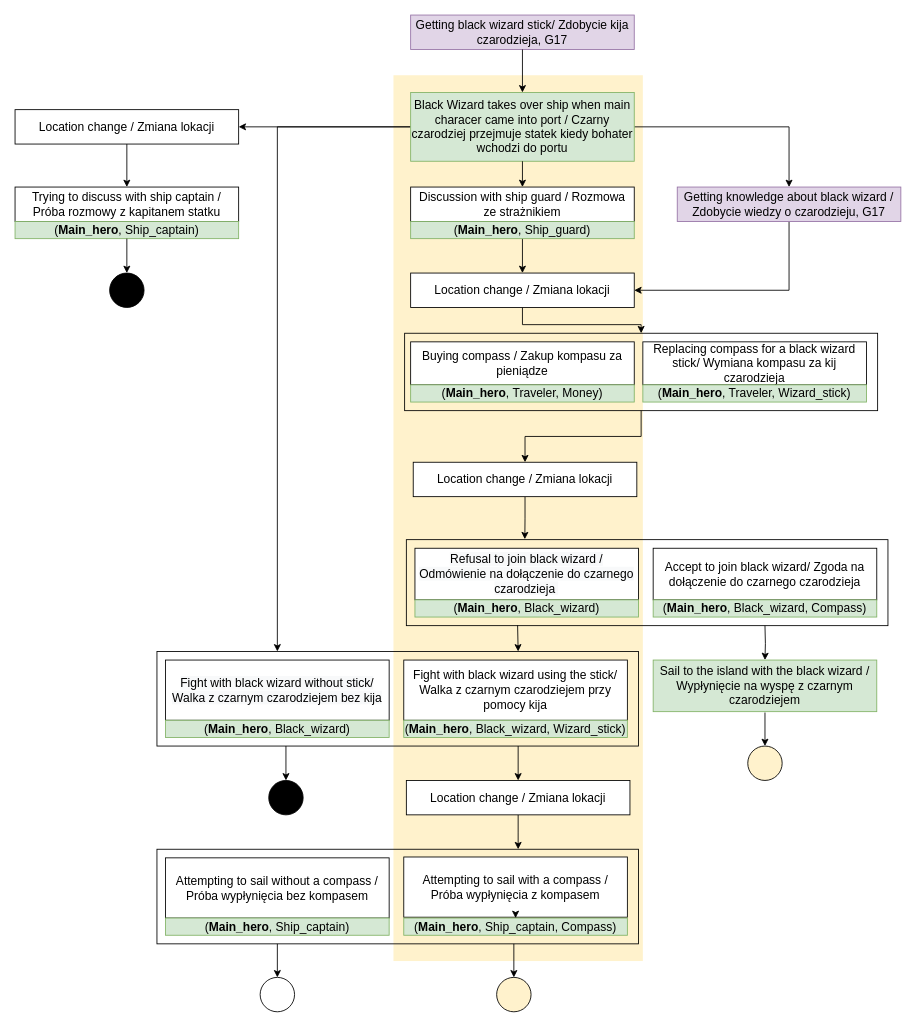
Matthmul/pwk keeps this draw.io diagram as Misja-ksiezycowa.drawio. Above is the earlier version. Source tidied: cells renumbered, new cells numbered last; positions are measured from the earlier drawing's top-left corner, leaving out a move shared by most shapes. Both pictures are drawn from the tidied source at 86%, with x=0, y=0 at pixel (15, 15).
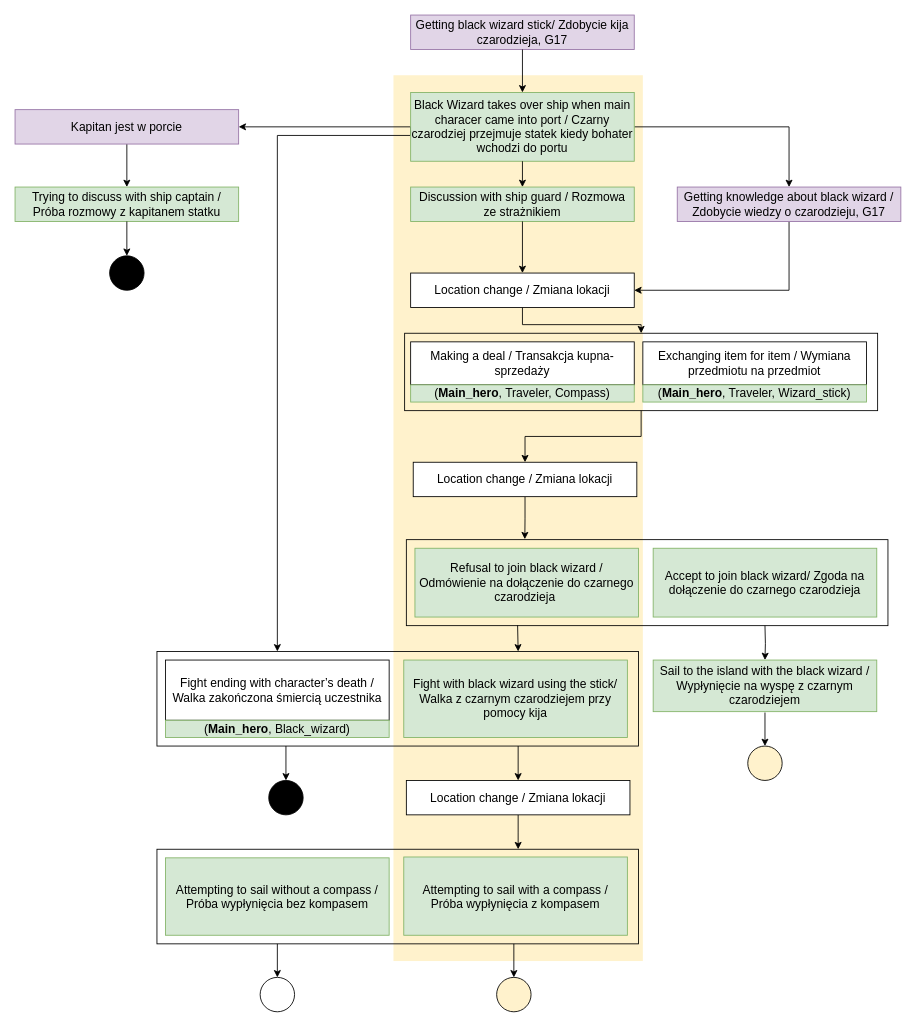
The same page after the edit.

The change refers to these unchanged cells:
```xml
<mxCell id="9" value="&lt;span style=&quot;font-family: &amp;#34;arial&amp;#34; ; font-size: 14px&quot;&gt;Black Wizard takes over ship when main characer came into port / Czarny czarodziej przejmuje statek kiedy bohater wchodzi do portu&lt;/span&gt;" style="rounded=0;whiteSpace=wrap;html=1;sketch=0;fillColor=#d5e8d4;strokeColor=#82b366;align=center;" parent="1" vertex="1">
  <mxGeometry x="460" y="90" width="260" height="80" as="geometry" />
</mxCell>
<mxCell id="18" value="&lt;span id=&quot;docs-internal-guid-4cfbbf0f-7fff-1ddc-6e00-4f36d3d0db7e&quot;&gt;&lt;span style=&quot;background-color: transparent ; vertical-align: baseline&quot;&gt;&lt;font&gt;&lt;font face=&quot;arial&quot;&gt;&lt;span style=&quot;font-size: 14px&quot;&gt;Location change / Zmiana lokacji&lt;/span&gt;&lt;/font&gt;&lt;br&gt;&lt;/font&gt;&lt;/span&gt;&lt;/span&gt;" style="rounded=0;whiteSpace=wrap;html=1;align=center;" parent="1" vertex="1">
  <mxGeometry x="460" y="300" width="260" height="40" as="geometry" />
</mxCell>
<mxCell id="30" style="rounded=0;whiteSpace=wrap;html=1;strokeColor=#000000;fontFamily=Helvetica;fontSize=14;fillColor=none;" parent="1" vertex="1">
  <mxGeometry x="165" y="740" width="560" height="110" as="geometry" />
</mxCell>
```

Diff of the diagram source:
```diff
@@
     <mxCell id="7" style="edgeStyle=orthogonalEdgeStyle;rounded=0;jettySize=auto;html=1;exitX=0;exitY=0.5;exitDx=0;exitDy=0;entryX=0.25;entryY=0;entryDx=0;entryDy=0;" parent="1" edge="1" source="9" target="30">
-      <mxGeometry relative="1" as="geometry" />
+      <mxGeometry relative="1" as="geometry">
+        <Array as="points">
+          <mxPoint x="460" y="140" />
+          <mxPoint x="305" y="140" />
+        </Array>
+      </mxGeometry>
     </mxCell>
@@
-    <mxCell id="10" value="&lt;font face=&quot;arial&quot;&gt;&lt;span style=&quot;font-size: 14px&quot;&gt;Discussion with ship guard / Rozmowa ze strażnikiem&lt;/span&gt;&lt;br&gt;&lt;/font&gt;" style="rounded=0;whiteSpace=wrap;html=1;fillColor=#ffffff;fontSize=14;" parent="1" vertex="1">
+    <mxCell id="10" value="&lt;font face=&quot;arial&quot;&gt;&lt;span style=&quot;font-size: 14px&quot;&gt;Discussion with ship guard / Rozmowa ze strażnikiem&lt;/span&gt;&lt;br&gt;&lt;/font&gt;" style="rounded=0;whiteSpace=wrap;html=1;fillColor=#d5e8d4;fontSize=14;strokeColor=#82b366;" parent="1" vertex="1">
       <mxGeometry x="460" y="200" width="260" height="40" as="geometry" />
     </mxCell>
-    <mxCell id="11" style="edgeStyle=orthogonalEdgeStyle;rounded=0;jettySize=auto;html=1;exitX=0.5;exitY=1;exitDx=0;exitDy=0;entryX=0.5;entryY=0;entryDx=0;entryDy=0;" parent="1" edge="1" source="12" target="18">
+    <mxCell id="11" style="edgeStyle=orthogonalEdgeStyle;rounded=0;jettySize=auto;html=1;exitX=0.5;exitY=1;exitDx=0;exitDy=0;entryX=0.5;entryY=0;entryDx=0;entryDy=0;" parent="1" edge="1" source="10" target="18">
       <mxGeometry relative="1" as="geometry" />
     </mxCell>
-    <mxCell id="12" value="&lt;font face=&quot;arial&quot;&gt;&lt;span style=&quot;font-size: 14px&quot;&gt;(&lt;/span&gt;&lt;/font&gt;&lt;span style=&quot;font-family: &amp;#34;arial&amp;#34; ; font-size: 14px&quot;&gt;&lt;b&gt;Main_hero&lt;/b&gt;, Ship_guard&lt;/span&gt;&lt;font face=&quot;arial&quot;&gt;&lt;span style=&quot;font-size: 14px&quot;&gt;)&lt;/span&gt;&lt;/font&gt;" style="rounded=0;whiteSpace=wrap;html=1;sketch=0;fillColor=#d5e8d4;strokeColor=#82b366;align=center;" parent="1" vertex="1">
-      <mxGeometry x="460" y="240" width="260" height="20" as="geometry" />
-    </mxCell>
-    <mxCell id="13" style="rounded=0;jettySize=auto;html=1;exitX=0.25;exitY=1;exitDx=0;exitDy=0;entryX=0.25;entryY=0;entryDx=0;entryDy=0;fontSize=14;" parent="1" edge="1" source="10" target="12">
-      <mxGeometry relative="1" as="geometry" />
+    <mxCell id="13" style="rounded=0;jettySize=auto;html=1;exitX=0.25;exitY=1;exitDx=0;exitDy=0;entryX=0.25;entryY=0;entryDx=0;entryDy=0;fontSize=14;" parent="1" edge="1" source="10">
+      <mxGeometry relative="1" as="geometry">
+        <mxPoint x="525" y="240" as="targetPoint" />
+      </mxGeometry>
     </mxCell>
@@
-    <mxCell id="21" value="&lt;div style=&quot;&quot;&gt;&lt;span&gt;Replacing compass for a black wizard stick/ Wymiana kompasu za kij czarodzieja&lt;/span&gt;&lt;/div&gt;" style="rounded=0;whiteSpace=wrap;html=1;fontSize=14;fontFamily=Helvetica;align=center;" parent="1" vertex="1">
+    <mxCell id="21" value="Exchanging item for item / Wymiana przedmiotu na przedmiot" style="rounded=0;whiteSpace=wrap;html=1;fontSize=14;fontFamily=Helvetica;align=center;" parent="1" vertex="1">
       <mxGeometry x="730" y="380" width="260" height="50" as="geometry" />
     </mxCell>
-    <mxCell id="22" value="&lt;font&gt;Buying compass / Zakup kompasu za pieniądze&lt;br style=&quot;font-size: 14px&quot;&gt;&lt;/font&gt;" style="rounded=0;whiteSpace=wrap;html=1;fontSize=14;fontFamily=Helvetica;" parent="1" vertex="1">
+    <mxCell id="22" value="&lt;font&gt;Making a deal /&amp;nbsp;Transakcja kupna-sprzedaży&lt;/font&gt;" style="rounded=0;whiteSpace=wrap;html=1;fontSize=14;fontFamily=Helvetica;" parent="1" vertex="1">
       <mxGeometry x="460" y="380" width="260" height="50" as="geometry" />
     </mxCell>
-    <mxCell id="23" value="&lt;span style=&quot;font-family: &amp;#34;arial&amp;#34;&quot;&gt;(&lt;/span&gt;&lt;span style=&quot;font-family: &amp;#34;arial&amp;#34;&quot;&gt;&lt;b&gt;Main_hero&lt;/b&gt;,&amp;nbsp;&lt;/span&gt;&lt;span style=&quot;font-family: &amp;#34;arial&amp;#34;&quot;&gt;Traveler, Money)&lt;/span&gt;" style="rounded=0;whiteSpace=wrap;html=1;sketch=0;fillColor=#d5e8d4;strokeColor=#82b366;align=center;fontSize=14;fontFamily=Helvetica;" parent="1" vertex="1">
+    <mxCell id="23" value="&lt;span style=&quot;font-family: &amp;#34;arial&amp;#34;&quot;&gt;(&lt;/span&gt;&lt;span style=&quot;font-family: &amp;#34;arial&amp;#34;&quot;&gt;&lt;b&gt;Main_hero&lt;/b&gt;,&amp;nbsp;&lt;/span&gt;&lt;span style=&quot;font-family: &amp;#34;arial&amp;#34;&quot;&gt;Traveler, Compass)&lt;/span&gt;" style="rounded=0;whiteSpace=wrap;html=1;sketch=0;fillColor=#d5e8d4;strokeColor=#82b366;align=center;fontSize=14;fontFamily=Helvetica;" parent="1" vertex="1">
       <mxGeometry x="460" y="430" width="260" height="20" as="geometry" />
     </mxCell>
@@
-    <mxCell id="31" value="&lt;font&gt;Fight with black wizard using the stick/ Walka z czarnym czarodziejem przy pomocy kija&lt;br style=&quot;font-size: 14px&quot;&gt;&lt;/font&gt;" style="rounded=0;whiteSpace=wrap;html=1;fontSize=14;fontFamily=Helvetica;" parent="1" vertex="1">
-      <mxGeometry x="452" y="750" width="260" height="70" as="geometry" />
+    <mxCell id="31" value="&lt;font&gt;Fight with black wizard using the stick/ Walka z czarnym czarodziejem przy pomocy kija&lt;br style=&quot;font-size: 14px&quot;&gt;&lt;/font&gt;" style="rounded=0;whiteSpace=wrap;html=1;fontSize=14;fontFamily=Helvetica;fillColor=#d5e8d4;strokeColor=#82b366;" parent="1" vertex="1">
+      <mxGeometry x="452" y="750" width="260" height="90" as="geometry" />
     </mxCell>
-    <mxCell id="32" value="&lt;span style=&quot;color: rgb(0 , 0 , 0) ; font-family: &amp;#34;helvetica&amp;#34; ; font-size: 14px ; font-style: normal ; font-weight: 400 ; letter-spacing: normal ; text-align: center ; text-indent: 0px ; text-transform: none ; word-spacing: 0px ; background-color: rgb(248 , 249 , 250) ; display: inline ; float: none&quot;&gt;Fight with black wizard without stick/ Walka z czarnym czarodziejem bez kija&lt;/span&gt;" style="rounded=0;whiteSpace=wrap;html=1;fontSize=14;fontFamily=Helvetica;" parent="1" vertex="1">
+    <mxCell id="32" value="&lt;span style=&quot;color: rgb(0 , 0 , 0) ; font-family: &amp;#34;helvetica&amp;#34; ; font-size: 14px ; font-style: normal ; font-weight: 400 ; letter-spacing: normal ; text-align: center ; text-indent: 0px ; text-transform: none ; word-spacing: 0px ; display: inline ; float: none&quot;&gt;Fight ending with character’s death / Walka zakończona śmiercią uczestnika&lt;/span&gt;" style="rounded=0;whiteSpace=wrap;html=1;fontSize=14;fontFamily=Helvetica;" parent="1" vertex="1">
       <mxGeometry x="175" y="750" width="260" height="70" as="geometry" />
     </mxCell>
@@
-    <mxCell id="35" value="&lt;span style=&quot;font-family: &amp;#34;arial&amp;#34;&quot;&gt;(&lt;/span&gt;&lt;span style=&quot;font-family: &amp;#34;arial&amp;#34;&quot;&gt;&lt;b&gt;Main_hero&lt;/b&gt;, Black_wizard, Wizard_stick&lt;/span&gt;&lt;span style=&quot;font-family: &amp;#34;arial&amp;#34;&quot;&gt;)&lt;/span&gt;" style="rounded=0;whiteSpace=wrap;html=1;sketch=0;fillColor=#d5e8d4;strokeColor=#82b366;align=center;fontSize=14;fontFamily=Helvetica;" parent="1" vertex="1">
-      <mxGeometry x="452" y="820" width="260" height="20" as="geometry" />
-    </mxCell>
-    <mxCell id="36" style="rounded=0;jettySize=auto;html=1;fontSize=14;" parent="1" edge="1" source="31" target="35">
-      <mxGeometry relative="1" as="geometry" />
-    </mxCell>
@@
-    <mxCell id="39" value="&lt;font&gt;Accept to join black wizard/ Zgoda na dołączenie do czarnego czarodzieja&lt;br style=&quot;font-size: 14px&quot;&gt;&lt;/font&gt;" style="rounded=0;whiteSpace=wrap;html=1;fontSize=14;fontFamily=Helvetica;" parent="1" vertex="1">
-      <mxGeometry x="742" y="620" width="260" height="60" as="geometry" />
+    <mxCell id="39" value="&lt;font&gt;Accept to join black wizard/ Zgoda na dołączenie do czarnego czarodzieja&lt;br style=&quot;font-size: 14px&quot;&gt;&lt;/font&gt;" style="rounded=0;whiteSpace=wrap;html=1;fontSize=14;fontFamily=Helvetica;fillColor=#d5e8d4;strokeColor=#82b366;" parent="1" vertex="1">
+      <mxGeometry x="742" y="620" width="260" height="80" as="geometry" />
     </mxCell>
-    <mxCell id="40" value="&lt;span style=&quot;color: rgb(0 , 0 , 0) ; font-family: &amp;#34;helvetica&amp;#34; ; font-size: 14px ; font-style: normal ; font-weight: 400 ; letter-spacing: normal ; text-align: center ; text-indent: 0px ; text-transform: none ; word-spacing: 0px ; background-color: rgb(248 , 249 , 250) ; display: inline ; float: none&quot;&gt;Refusal to join black wizard / Odmówienie na dołączenie do czarnego czarodzieja&lt;span&gt;&amp;nbsp;&lt;/span&gt;&lt;/span&gt;" style="rounded=0;whiteSpace=wrap;html=1;fontSize=14;fontFamily=Helvetica;" parent="1" vertex="1">
-      <mxGeometry x="465" y="620" width="260" height="60" as="geometry" />
+    <mxCell id="40" value="&lt;span style=&quot;color: rgb(0 , 0 , 0) ; font-family: &amp;#34;helvetica&amp;#34; ; font-size: 14px ; font-style: normal ; font-weight: 400 ; letter-spacing: normal ; text-align: center ; text-indent: 0px ; text-transform: none ; word-spacing: 0px ; display: inline ; float: none&quot;&gt;Refusal to join black wizard / Odmówienie na dołączenie do czarnego czarodzieja&amp;nbsp;&lt;/span&gt;" style="rounded=0;whiteSpace=wrap;html=1;fontSize=14;fontFamily=Helvetica;fillColor=#d5e8d4;strokeColor=#82b366;" parent="1" vertex="1">
+      <mxGeometry x="465" y="620" width="260" height="80" as="geometry" />
     </mxCell>
-    <mxCell id="41" value="&lt;span style=&quot;font-family: &amp;#34;arial&amp;#34;&quot;&gt;(&lt;/span&gt;&lt;span style=&quot;font-family: &amp;#34;arial&amp;#34;&quot;&gt;&lt;b&gt;Main_hero&lt;/b&gt;, Black_wizard&lt;/span&gt;&lt;span style=&quot;font-family: &amp;#34;arial&amp;#34;&quot;&gt;)&lt;/span&gt;" style="rounded=0;whiteSpace=wrap;html=1;sketch=0;fillColor=#d5e8d4;strokeColor=#82b366;align=center;fontSize=14;fontFamily=Helvetica;" parent="1" vertex="1">
-      <mxGeometry x="465" y="680" width="260" height="20" as="geometry" />
-    </mxCell>
-    <mxCell id="42" style="rounded=0;jettySize=auto;html=1;exitX=0.75;exitY=1;exitDx=0;exitDy=0;fontSize=14;" parent="1" edge="1" source="40" target="41">
-      <mxGeometry relative="1" as="geometry" />
-    </mxCell>
@@
-    <mxCell id="44" value="(&lt;b style=&quot;font-family: &amp;#34;arial&amp;#34;&quot;&gt;Main_hero&lt;/b&gt;&lt;span style=&quot;font-family: &amp;#34;arial&amp;#34;&quot;&gt;, Black_wizard, Compass&lt;/span&gt;)" style="rounded=0;whiteSpace=wrap;html=1;sketch=0;fillColor=#d5e8d4;strokeColor=#82b366;align=center;fontSize=14;fontFamily=Helvetica;" parent="1" vertex="1">
-      <mxGeometry x="742" y="680" width="260" height="20" as="geometry" />
-    </mxCell>
-    <mxCell id="45" style="rounded=0;jettySize=auto;html=1;fontSize=14;" parent="1" edge="1" source="39" target="44">
-      <mxGeometry relative="1" as="geometry" />
-    </mxCell>
@@
-    <mxCell id="54" value="&lt;font&gt;Attempting to sail with a compass&amp;nbsp;/ Próba&amp;nbsp;&lt;span style=&quot;font-family: &amp;#34;helvetica&amp;#34;&quot;&gt;wypłynięcia&amp;nbsp;&lt;/span&gt;z kompasem&lt;br style=&quot;font-size: 14px&quot;&gt;&lt;/font&gt;" style="rounded=0;whiteSpace=wrap;html=1;fontSize=14;fontFamily=Helvetica;" parent="1" vertex="1">
-      <mxGeometry x="452" y="979" width="260" height="70" as="geometry" />
+    <mxCell id="54" value="&lt;font&gt;Attempting to sail with a compass&amp;nbsp;/ Próba&amp;nbsp;&lt;span style=&quot;font-family: &amp;#34;helvetica&amp;#34;&quot;&gt;wypłynięcia&amp;nbsp;&lt;/span&gt;z kompasem&lt;br style=&quot;font-size: 14px&quot;&gt;&lt;/font&gt;" style="rounded=0;whiteSpace=wrap;html=1;fontSize=14;fontFamily=Helvetica;fillColor=#d5e8d4;strokeColor=#82b366;" parent="1" vertex="1">
+      <mxGeometry x="452" y="979" width="260" height="91" as="geometry" />
     </mxCell>
-    <mxCell id="55" value="Attempting to sail without a compass&amp;nbsp;/ Próba&amp;nbsp;&lt;span style=&quot;font-family: &amp;#34;helvetica&amp;#34;&quot;&gt;wypłynięcia&amp;nbsp;&lt;/span&gt;bez kompasem" style="rounded=0;whiteSpace=wrap;html=1;fontSize=14;fontFamily=Helvetica;" parent="1" vertex="1">
-      <mxGeometry x="175" y="980" width="260" height="70" as="geometry" />
+    <mxCell id="55" value="Attempting to sail without a compass&amp;nbsp;/ Próba&amp;nbsp;&lt;span style=&quot;font-family: &amp;#34;helvetica&amp;#34;&quot;&gt;wypłynięcia&amp;nbsp;&lt;/span&gt;bez kompasem" style="rounded=0;whiteSpace=wrap;html=1;fontSize=14;fontFamily=Helvetica;fillColor=#d5e8d4;strokeColor=#82b366;" parent="1" vertex="1">
+      <mxGeometry x="175" y="980" width="260" height="90" as="geometry" />
     </mxCell>
-    <mxCell id="56" value="&lt;span style=&quot;font-family: &amp;#34;arial&amp;#34;&quot;&gt;(&lt;/span&gt;&lt;span style=&quot;font-family: &amp;#34;arial&amp;#34;&quot;&gt;&lt;b&gt;Main_hero&lt;/b&gt;, Ship_captain&lt;/span&gt;&lt;span style=&quot;font-family: &amp;#34;arial&amp;#34;&quot;&gt;)&lt;/span&gt;" style="rounded=0;whiteSpace=wrap;html=1;sketch=0;fillColor=#d5e8d4;strokeColor=#82b366;align=center;fontSize=14;fontFamily=Helvetica;" parent="1" vertex="1">
-      <mxGeometry x="175" y="1050" width="260" height="20" as="geometry" />
-    </mxCell>
-    <mxCell id="57" style="rounded=0;jettySize=auto;html=1;exitX=0.75;exitY=1;exitDx=0;exitDy=0;fontSize=14;" parent="1" edge="1" source="55" target="56">
-      <mxGeometry relative="1" as="geometry" />
-    </mxCell>
-    <mxCell id="58" value="&lt;span style=&quot;font-family: &amp;#34;arial&amp;#34;&quot;&gt;(&lt;/span&gt;&lt;span style=&quot;font-family: &amp;#34;arial&amp;#34;&quot;&gt;&lt;b&gt;Main_hero&lt;/b&gt;, Ship_captain, Compass&lt;/span&gt;&lt;span style=&quot;font-family: &amp;#34;arial&amp;#34;&quot;&gt;)&lt;/span&gt;" style="rounded=0;whiteSpace=wrap;html=1;sketch=0;fillColor=#d5e8d4;strokeColor=#82b366;align=center;fontSize=14;fontFamily=Helvetica;" parent="1" vertex="1">
-      <mxGeometry x="452" y="1050" width="260" height="20" as="geometry" />
-    </mxCell>
-    <mxCell id="59" style="rounded=0;jettySize=auto;html=1;fontSize=14;" parent="1" edge="1" source="54" target="58">
-      <mxGeometry relative="1" as="geometry" />
-    </mxCell>
@@
-    <mxCell id="65" value="&lt;span id=&quot;docs-internal-guid-4cfbbf0f-7fff-1ddc-6e00-4f36d3d0db7e&quot;&gt;&lt;span style=&quot;background-color: transparent ; vertical-align: baseline&quot;&gt;&lt;font&gt;&lt;font face=&quot;arial&quot;&gt;&lt;span style=&quot;font-size: 14px&quot;&gt;Location change / Zmiana lokacji&lt;/span&gt;&lt;/font&gt;&lt;br&gt;&lt;/font&gt;&lt;/span&gt;&lt;/span&gt;" style="rounded=0;whiteSpace=wrap;html=1;align=center;" parent="1" vertex="1">
+    <mxCell id="65" value="&lt;span id=&quot;docs-internal-guid-4cfbbf0f-7fff-1ddc-6e00-4f36d3d0db7e&quot;&gt;&lt;span style=&quot;background-color: transparent ; vertical-align: baseline&quot;&gt;&lt;font&gt;&lt;font face=&quot;arial&quot;&gt;&lt;span style=&quot;font-size: 14px&quot;&gt;Kapitan jest w porcie&lt;/span&gt;&lt;/font&gt;&lt;br&gt;&lt;/font&gt;&lt;/span&gt;&lt;/span&gt;" style="rounded=0;whiteSpace=wrap;html=1;align=center;fillColor=#e1d5e7;strokeColor=#9673a6;" parent="1" vertex="1">
       <mxGeometry y="110" width="260" height="40" as="geometry" />
     </mxCell>
-    <mxCell id="66" value="&lt;font face=&quot;arial&quot;&gt;Trying to discuss with ship captain / Próba rozmowy z kapitanem statku&lt;br&gt;&lt;/font&gt;" style="rounded=0;whiteSpace=wrap;html=1;fillColor=#ffffff;fontSize=14;" parent="1" vertex="1">
+    <mxCell id="66" value="&lt;font face=&quot;arial&quot;&gt;Trying to discuss with ship captain / Próba rozmowy z kapitanem statku&lt;br&gt;&lt;/font&gt;" style="rounded=0;whiteSpace=wrap;html=1;fillColor=#d5e8d4;fontSize=14;strokeColor=#82b366;" parent="1" vertex="1">
       <mxGeometry y="200" width="260" height="40" as="geometry" />
     </mxCell>
-    <mxCell id="67" value="&lt;font face=&quot;arial&quot;&gt;&lt;span style=&quot;font-size: 14px&quot;&gt;(&lt;/span&gt;&lt;/font&gt;&lt;span style=&quot;font-family: &amp;#34;arial&amp;#34; ; font-size: 14px&quot;&gt;&lt;b&gt;Main_hero&lt;/b&gt;, Ship_captain&lt;/span&gt;&lt;font face=&quot;arial&quot;&gt;&lt;span style=&quot;font-size: 14px&quot;&gt;)&lt;/span&gt;&lt;/font&gt;" style="rounded=0;whiteSpace=wrap;html=1;sketch=0;fillColor=#d5e8d4;strokeColor=#82b366;align=center;" parent="1" vertex="1">
-      <mxGeometry y="240" width="260" height="20" as="geometry" />
-    </mxCell>
-    <mxCell id="68" style="rounded=0;jettySize=auto;html=1;exitX=0.25;exitY=1;exitDx=0;exitDy=0;entryX=0.25;entryY=0;entryDx=0;entryDy=0;fontSize=14;" parent="1" edge="1" source="66" target="67">
-      <mxGeometry relative="1" as="geometry" />
-    </mxCell>
@@
     <mxCell id="70" style="rounded=0;jettySize=auto;html=1;fontSize=14;" parent="1" edge="1" target="71">
       <mxGeometry relative="1" as="geometry">
-        <mxPoint x="130" y="260" as="sourcePoint" />
+        <mxPoint x="130" y="240" as="sourcePoint" />
       </mxGeometry>
     </mxCell>
     <mxCell id="71" style="ellipse;whiteSpace=wrap;html=1;fontSize=14;align=center;fillColor=#000000;" parent="1" vertex="1">
-      <mxGeometry x="110" y="300" width="40" height="40" as="geometry" />
+      <mxGeometry x="110" y="280" width="40" height="40" as="geometry" />
     </mxCell>
```
